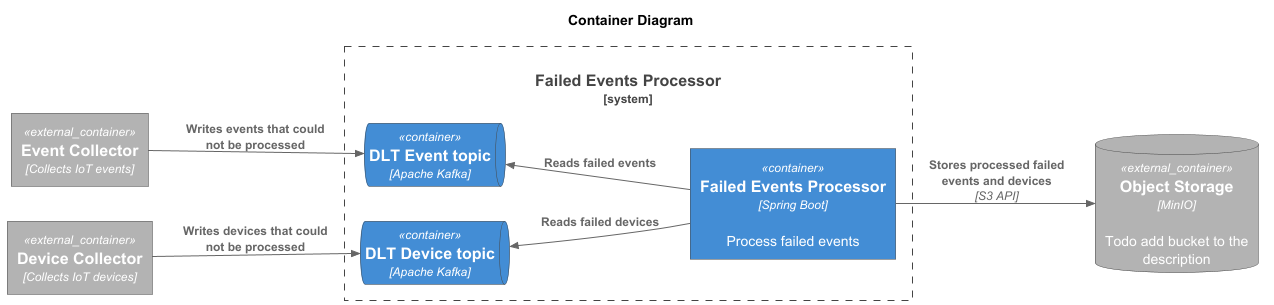
The PlantUML diagram failed-events-processor/architecture/diagrams/image/container-diagram.png in ds-usova/ourcode-iot-platform, before a commit.
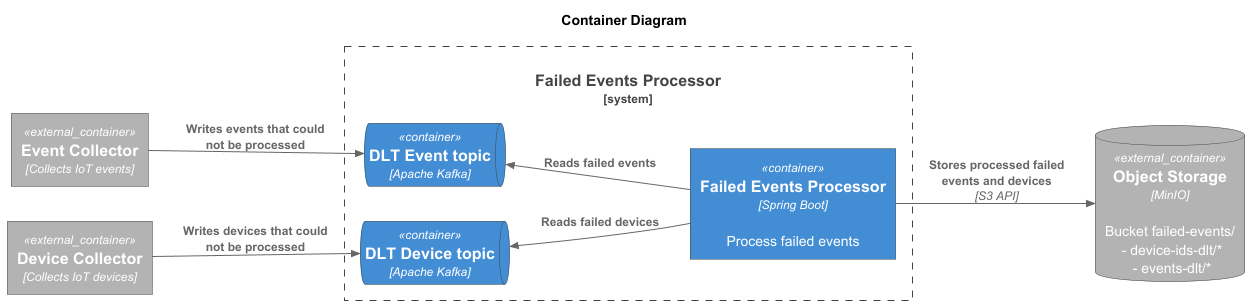
The same diagram one commit later.

Commit message:
Update failed-events-processor readme

The edit, as a diff of the source:
```diff
@@ -18,7 +18,7 @@
 
 Container_Ext(event_collector, "Event Collector", "Collects IoT events")
 Container_Ext(device_collector, "Device Collector", "Collects IoT devices")
-ContainerDb_Ext(minio, "Object Storage", "MinIO", "Todo add bucket to the description")
+ContainerDb_Ext(minio, "Object Storage", "MinIO", "Bucket failed-events/ \n - device-ids-dlt/* \n - events-dlt/*")
 
 Rel_U(fep, devices_dlt_topic, "Reads failed devices")
 Rel_U(fep, events_dlt_topic, "Reads failed events")
```
